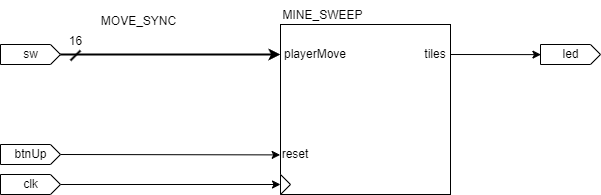
Above: Lab4_Mine_Sweep/Sources/Diagrams/Lab4Wrapper.png in rbrinson2/CPE-3020-VHDL_Design (draw.io), before the change. Source tidied: cells renumbered, new cells last; positions are measured from the earlier drawing's top-left corner, leaving out a move shared by most shapes.
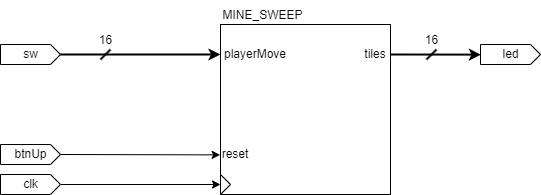
After the change.

Commit message:
Corrected Lab4Wrapper diagram

What changed in the source:
```diff
@@ -21,34 +21,34 @@
       <mxGeometry relative="1" as="geometry" />
     </mxCell>
     <mxCell id="8" value="sw" style="externalPins=0;shadow=0;dashed=0;align=center;html=1;strokeWidth=1;shape=mxgraph.rtl.abstract.entity;kind=input;drawPins=0;left=0;right=1;bottom=0;top=0;" parent="1" vertex="1">
-      <mxGeometry y="44" width="60" height="20" as="geometry" />
+      <mxGeometry x="60" y="44" width="60" height="20" as="geometry" />
     </mxCell>
     <mxCell id="9" style="edgeStyle=none;html=1;exitX=0;exitY=0;exitDx=60;exitDy=10;exitPerimeter=0;entryX=-0.002;entryY=0.767;entryDx=0;entryDy=0;entryPerimeter=0;" parent="1" edge="1" source="10" target="2">
       <mxGeometry relative="1" as="geometry" />
     </mxCell>
     <mxCell id="10" value="btnUp" style="externalPins=0;shadow=0;dashed=0;align=center;html=1;strokeWidth=1;shape=mxgraph.rtl.abstract.entity;kind=input;drawPins=0;left=0;right=1;bottom=0;top=0;" parent="1" vertex="1">
-      <mxGeometry y="144" width="60" height="20" as="geometry" />
+      <mxGeometry x="60" y="144" width="60" height="20" as="geometry" />
     </mxCell>
     <mxCell id="11" style="edgeStyle=none;html=1;exitX=0;exitY=0;exitDx=60;exitDy=10;exitPerimeter=0;entryX=0;entryY=0.5;entryDx=0;entryDy=0;" parent="1" edge="1" source="12" target="3">
       <mxGeometry relative="1" as="geometry" />
     </mxCell>
     <mxCell id="12" value="clk" style="externalPins=0;shadow=0;dashed=0;align=center;html=1;strokeWidth=1;shape=mxgraph.rtl.abstract.entity;kind=input;drawPins=0;left=0;right=1;bottom=0;top=0;" parent="1" vertex="1">
-      <mxGeometry y="174" width="60" height="20" as="geometry" />
+      <mxGeometry x="60" y="174" width="60" height="20" as="geometry" />
     </mxCell>
     <mxCell id="13" value="led" style="externalPins=0;shadow=0;dashed=0;align=center;html=1;strokeWidth=1;shape=mxgraph.rtl.abstract.entity;kind=input;drawPins=0;left=0;right=1;bottom=0;top=0;" parent="1" vertex="1">
       <mxGeometry x="540" y="44" width="60" height="20" as="geometry" />
     </mxCell>
-    <mxCell id="14" style="edgeStyle=none;html=1;exitX=1;exitY=0.5;exitDx=0;exitDy=0;entryX=0.007;entryY=0.506;entryDx=0;entryDy=0;entryPerimeter=0;" parent="1" edge="1" source="6" target="13">
+    <mxCell id="14" style="edgeStyle=none;html=1;exitX=1;exitY=0.5;exitDx=0;exitDy=0;entryX=0.007;entryY=0.506;entryDx=0;entryDy=0;entryPerimeter=0;strokeWidth=2;" parent="1" edge="1" source="6" target="13">
       <mxGeometry relative="1" as="geometry" />
     </mxCell>
     <mxCell id="15" value="MINE_SWEEP" style="text;html=1;strokeColor=none;fillColor=none;align=center;verticalAlign=middle;whiteSpace=wrap;rounded=0;" parent="1" vertex="1">
       <mxGeometry x="275" width="95" height="30" as="geometry" />
     </mxCell>
-    <mxCell id="16" value="MOVE_SYNC" style="text;html=1;align=center;verticalAlign=middle;strokeColor=none;fillColor=none;" parent="1" vertex="1">
-      <mxGeometry x="88" y="6" width="100" height="30" as="geometry" />
-    </mxCell>
     <mxCell id="17" value="16" style="verticalLabelPosition=top;shadow=0;dashed=0;align=center;html=1;verticalAlign=bottom;shape=mxgraph.electrical.transmission.bus_width;strokeWidth=2;labelPosition=center;" parent="1" vertex="1">
-      <mxGeometry x="70" y="50" width="10" height="10" as="geometry" />
+      <mxGeometry x="160" y="49" width="10" height="10" as="geometry" />
     </mxCell>
+    <mxCell id="18" value="16" style="verticalLabelPosition=top;shadow=0;dashed=0;align=center;html=1;verticalAlign=bottom;shape=mxgraph.electrical.transmission.bus_width;strokeWidth=2;labelPosition=center;" parent="1" vertex="1">
+      <mxGeometry x="486" y="49" width="10" height="10" as="geometry" />
+    </mxCell>
   </root>
 </mxGraphModel>
```
